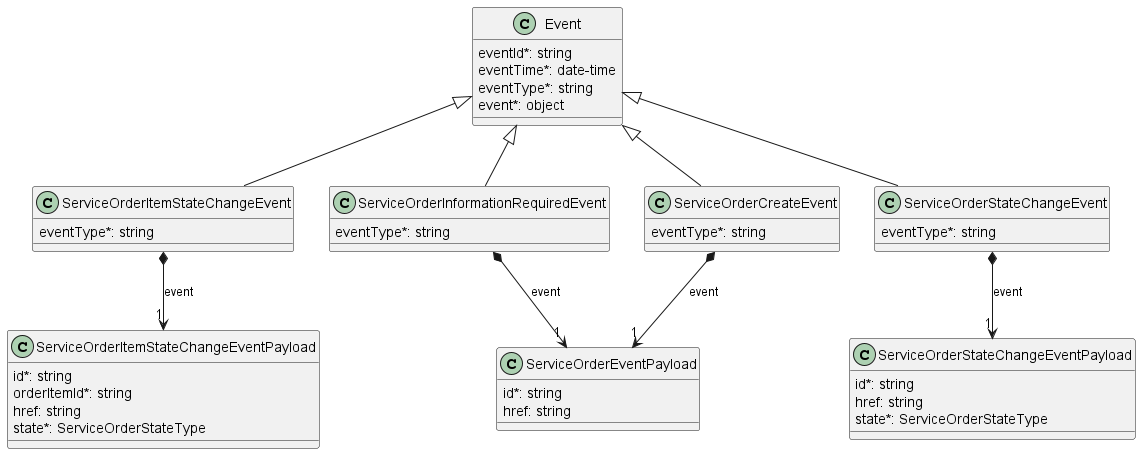
Before: documentation/serviceApi/order/media/ServiceOrderNotificationModel.png, a diagram exported from PlantUML (MEF-GIT/MEF-LSO-Legato-SDK). The source it was exported from:
```plantuml
@startuml


class Event {

    eventId*: string
    eventTime*: date-time
    eventType*: string
    event*: object
}



class ServiceOrderEventPayload {

    id*: string
    href: string
}



class ServiceOrderCreateEvent {

    eventType*: string
}
Event <|-- ServiceOrderCreateEvent

ServiceOrderCreateEvent *-->"1" ServiceOrderEventPayload : event


class ServiceOrderItemStateChangeEvent {

    eventType*: string
}
Event <|-- ServiceOrderItemStateChangeEvent

ServiceOrderItemStateChangeEvent *-->"1" ServiceOrderItemStateChangeEventPayload : event


class ServiceOrderItemStateChangeEventPayload {

    id*: string
    orderItemId*: string
    href: string
    state*: ServiceOrderStateType
}



class ServiceOrderStateChangeEvent {

    eventType*: string
}
Event <|-- ServiceOrderStateChangeEvent

ServiceOrderStateChangeEvent *-->"1" ServiceOrderStateChangeEventPayload : event


class ServiceOrderStateChangeEventPayload {

    id*: string
    href: string
    state*: ServiceOrderStateType
}



class ServiceOrderInformationRequiredEvent {

    eventType*: string
}
Event <|-- ServiceOrderInformationRequiredEvent

ServiceOrderInformationRequiredEvent *-->"1" ServiceOrderEventPayload : event

@enduml
```
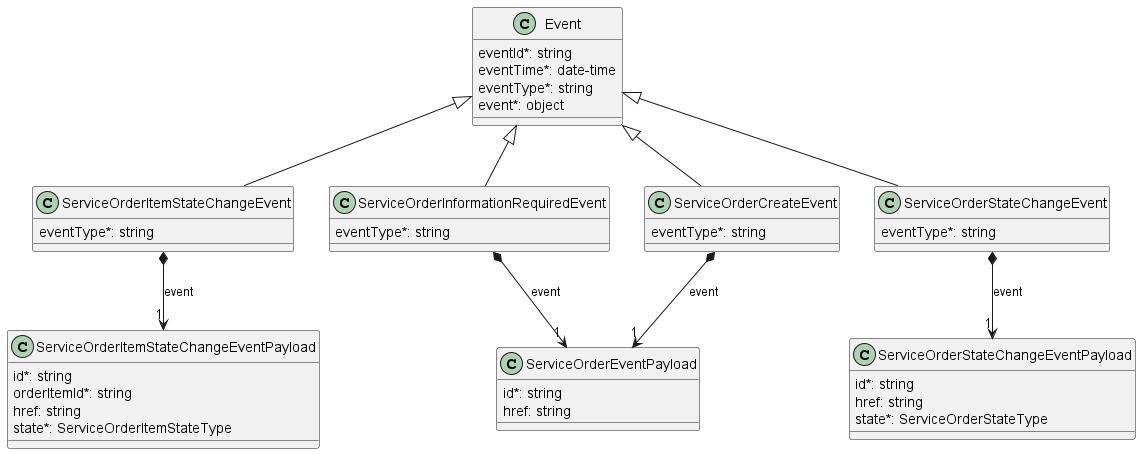
The same file after the commit.

Diff of the diagram source:
```diff
@@ -42,7 +42,7 @@
     id*: string
     orderItemId*: string
     href: string
-    state*: ServiceOrderStateType
+    state*: ServiceOrderItemStateType
 }
 
 
```
